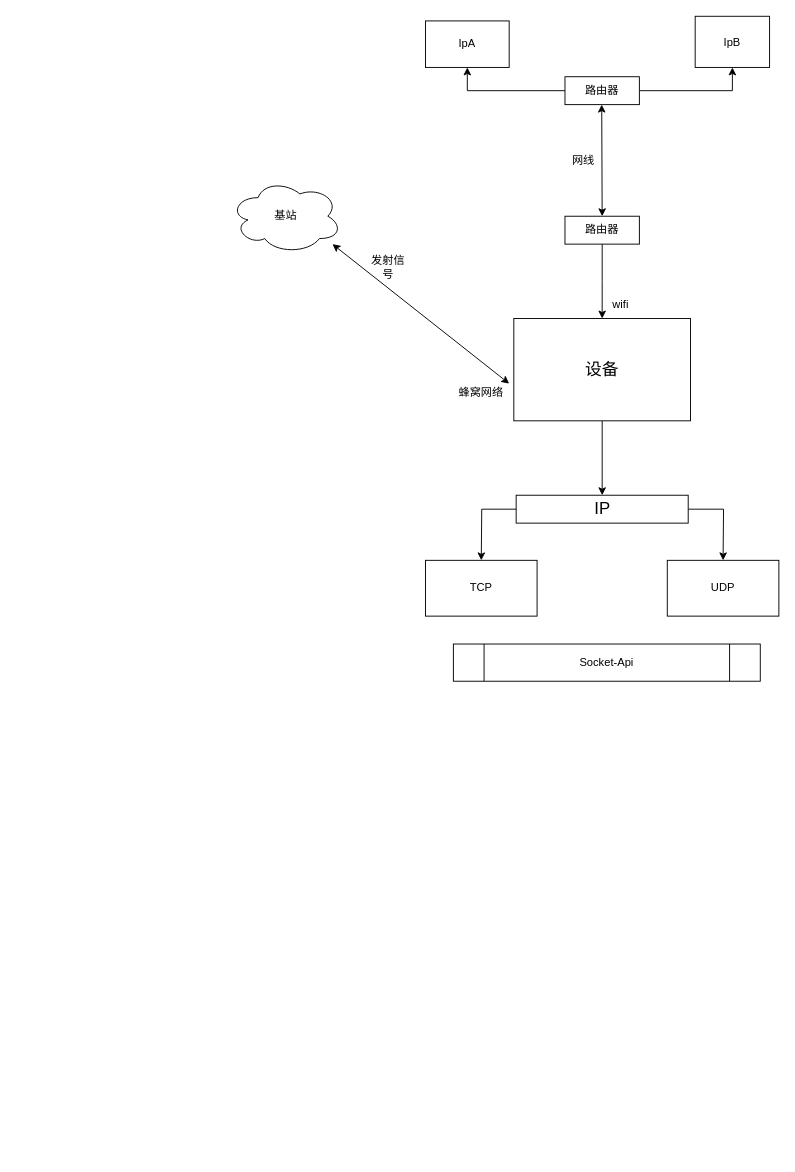
Above: NET.drawio in LessTalk/Less_Http (draw.io), before the change. Source tidied: cells renumbered, new cells numbered last; positions are measured from the earlier drawing's top-left corner, leaving out a move shared by most shapes. Both pictures are drawn from the tidied source at 93%, with x=0, y=0 at pixel (230, 16).
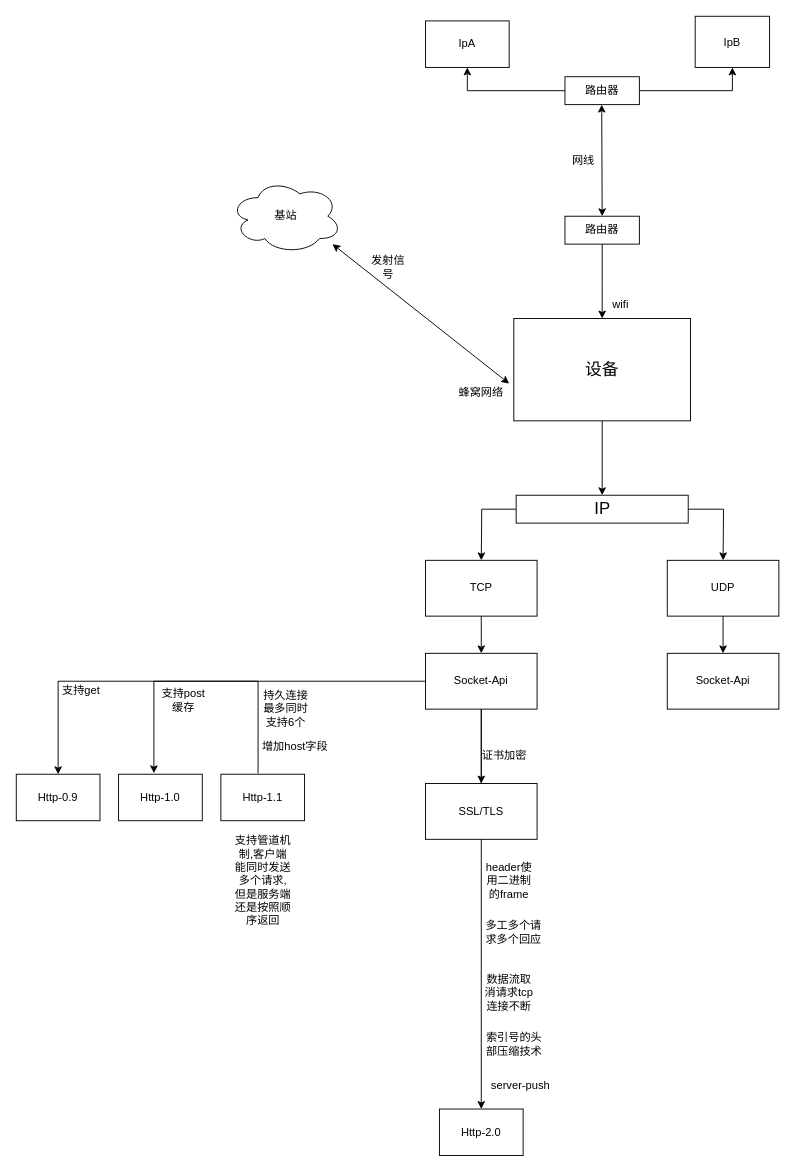
The same diagram, later.

The change refers to these unchanged cells:
```xml
<mxCell id="21" value="TCP" style="rounded=0;whiteSpace=wrap;html=1;" parent="1" vertex="1">
  <mxGeometry x="210" y="585" width="120" height="60" as="geometry" />
</mxCell>
<mxCell id="22" value="UDP" style="rounded=0;whiteSpace=wrap;html=1;" parent="1" vertex="1">
  <mxGeometry x="470" y="585" width="120" height="60" as="geometry" />
</mxCell>
```

What changed in the source:
```diff
@@
+    <mxCell id="24" style="edgeStyle=orthogonalEdgeStyle;rounded=0;jettySize=auto;html=1;" parent="1" edge="1" source="21" target="29">
+      <mxGeometry relative="1" as="geometry" />
+    </mxCell>
@@
+    <mxCell id="25" style="edgeStyle=orthogonalEdgeStyle;rounded=0;jettySize=auto;html=1;entryX=0.5;entryY=0;entryDx=0;entryDy=0;exitX=0;exitY=0.5;exitDx=0;exitDy=0;" parent="1" edge="1" source="29" target="33">
+      <mxGeometry relative="1" as="geometry" />
+    </mxCell>
+    <mxCell id="26" style="edgeStyle=orthogonalEdgeStyle;rounded=0;jettySize=auto;html=1;entryX=0.422;entryY=-0.02;entryDx=0;entryDy=0;entryPerimeter=0;" parent="1" edge="1" target="35">
+      <mxGeometry relative="1" as="geometry">
+        <mxPoint x="30" y="814" as="sourcePoint" />
+        <Array as="points">
+          <mxPoint x="30" y="814" />
+          <mxPoint x="30" y="715" />
+          <mxPoint x="-82" y="715" />
+        </Array>
+      </mxGeometry>
+    </mxCell>
+    <mxCell id="27" style="edgeStyle=orthogonalEdgeStyle;rounded=0;jettySize=auto;html=1;entryX=0.5;entryY=0;entryDx=0;entryDy=0;" parent="1" edge="1" source="29" target="41">
+      <mxGeometry relative="1" as="geometry" />
+    </mxCell>
+    <mxCell id="28" style="edgeStyle=orthogonalEdgeStyle;rounded=0;jettySize=auto;html=1;" parent="1" edge="1" source="29" target="30">
+      <mxGeometry relative="1" as="geometry" />
+    </mxCell>
+    <mxCell id="29" value="Socket-Api" style="rounded=0;whiteSpace=wrap;html=1;" parent="1" vertex="1">
+      <mxGeometry x="210" y="685" width="120" height="60" as="geometry" />
+    </mxCell>
+    <mxCell id="30" value="SSL/TLS" style="rounded=0;whiteSpace=wrap;html=1;" parent="1" vertex="1">
+      <mxGeometry x="210" y="825" width="120" height="60" as="geometry" />
+    </mxCell>
+    <mxCell id="31" style="edgeStyle=orthogonalEdgeStyle;rounded=0;jettySize=auto;html=1;" parent="1" edge="1" source="22" target="32">
+      <mxGeometry relative="1" as="geometry" />
+    </mxCell>
@@
-    <mxCell id="23" value="Socket-Api" style="shape=process;whiteSpace=wrap;html=1;backgroundOutline=1;" parent="1" vertex="1">
-      <mxGeometry x="240" y="675" width="330" height="40" as="geometry" />
-    </mxCell>
+    <mxCell id="32" value="Socket-Api" style="rounded=0;whiteSpace=wrap;html=1;" parent="1" vertex="1">
+      <mxGeometry x="470" y="685" width="120" height="60" as="geometry" />
+    </mxCell>
+    <mxCell id="33" value="Http-0.9" style="rounded=0;whiteSpace=wrap;html=1;" parent="1" vertex="1">
+      <mxGeometry x="-230" y="815" width="90" height="50" as="geometry" />
+    </mxCell>
+    <mxCell id="34" value="支持get" style="text;html=1;strokeColor=none;fillColor=none;align=center;verticalAlign=middle;whiteSpace=wrap;rounded=0;" parent="1" vertex="1">
+      <mxGeometry x="-190" y="715" width="60" height="20" as="geometry" />
+    </mxCell>
+    <mxCell id="35" value="Http-1.0" style="rounded=0;whiteSpace=wrap;html=1;" parent="1" vertex="1">
+      <mxGeometry x="-120" y="815" width="90" height="50" as="geometry" />
+    </mxCell>
+    <mxCell id="36" value="支持post&lt;br&gt;缓存" style="text;html=1;strokeColor=none;fillColor=none;align=center;verticalAlign=middle;whiteSpace=wrap;rounded=0;" parent="1" vertex="1">
+      <mxGeometry x="-80" y="715" width="60" height="40" as="geometry" />
+    </mxCell>
+    <mxCell id="37" value="Http-1.1" style="rounded=0;whiteSpace=wrap;html=1;" parent="1" vertex="1">
+      <mxGeometry x="-10" y="815" width="90" height="50" as="geometry" />
+    </mxCell>
+    <mxCell id="38" value="持久连接最多同时支持6个" style="text;html=1;strokeColor=none;fillColor=none;align=center;verticalAlign=middle;whiteSpace=wrap;rounded=0;" parent="1" vertex="1">
+      <mxGeometry x="30" y="715" width="60" height="60" as="geometry" />
+    </mxCell>
+    <mxCell id="39" value="支持管道机制,客户端能同时发送多个请求,但是服务端还是按照顺序返回" style="text;html=1;strokeColor=none;fillColor=none;align=center;verticalAlign=middle;whiteSpace=wrap;rounded=0;" parent="1" vertex="1">
+      <mxGeometry x="2.5" y="865" width="65" height="130" as="geometry" />
+    </mxCell>
+    <mxCell id="40" value="增加host字段" style="text;html=1;strokeColor=none;fillColor=none;align=center;verticalAlign=middle;whiteSpace=wrap;rounded=0;" parent="1" vertex="1">
+      <mxGeometry x="30" y="775" width="80" height="20" as="geometry" />
+    </mxCell>
+    <mxCell id="41" value="Http-2.0" style="rounded=0;whiteSpace=wrap;html=1;" parent="1" vertex="1">
+      <mxGeometry x="225" y="1175" width="90" height="50" as="geometry" />
+    </mxCell>
+    <mxCell id="42" value="header使用二进制的frame" style="text;html=1;strokeColor=none;fillColor=none;align=center;verticalAlign=middle;whiteSpace=wrap;rounded=0;" parent="1" vertex="1">
+      <mxGeometry x="270" y="905" width="60" height="50" as="geometry" />
+    </mxCell>
+    <mxCell id="43" value="多工多个请求多个回应" style="text;html=1;strokeColor=none;fillColor=none;align=center;verticalAlign=middle;whiteSpace=wrap;rounded=0;" parent="1" vertex="1">
+      <mxGeometry x="270" y="965" width="70" height="40" as="geometry" />
+    </mxCell>
+    <mxCell id="44" value="数据流取消请求tcp连接不断" style="text;html=1;strokeColor=none;fillColor=none;align=center;verticalAlign=middle;whiteSpace=wrap;rounded=0;" parent="1" vertex="1">
+      <mxGeometry x="270" y="1025" width="60" height="50" as="geometry" />
+    </mxCell>
+    <mxCell id="45" value="server-push" style="text;html=1;strokeColor=none;fillColor=none;align=center;verticalAlign=middle;whiteSpace=wrap;rounded=0;" parent="1" vertex="1">
+      <mxGeometry x="265" y="1135" width="95" height="30" as="geometry" />
+    </mxCell>
+    <mxCell id="46" value="索引号的头部压缩技术" style="text;html=1;strokeColor=none;fillColor=none;align=center;verticalAlign=middle;whiteSpace=wrap;rounded=0;" parent="1" vertex="1">
+      <mxGeometry x="272.5" y="1095" width="65" height="20" as="geometry" />
+    </mxCell>
+    <mxCell id="47" value="证书加密" style="text;html=1;strokeColor=none;fillColor=none;align=center;verticalAlign=middle;whiteSpace=wrap;rounded=0;" parent="1" vertex="1">
+      <mxGeometry x="265" y="775" width="60" height="40" as="geometry" />
+    </mxCell>
```
